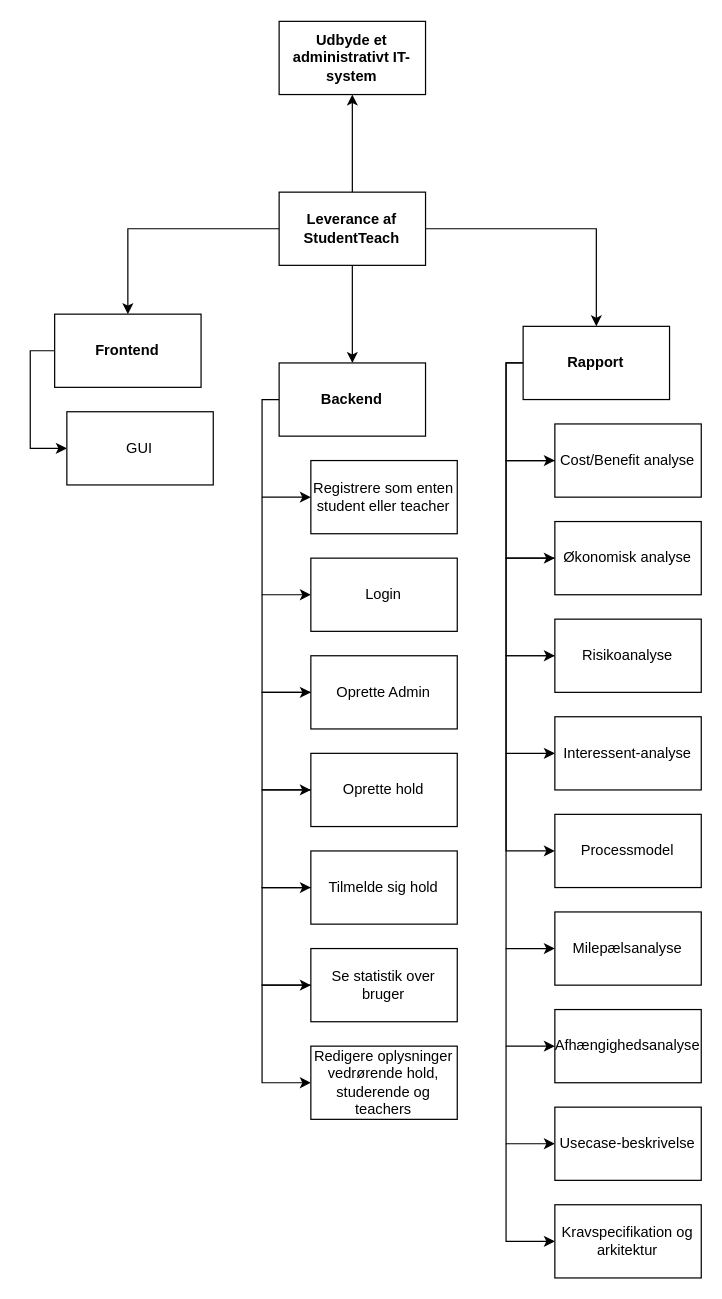
Above: PBS ITP Diagram.drawio in ChrisMJAndre/GruppeProjekt-2 (draw.io), before the change. Source tidied: cells renumbered, new cells numbered last; positions are measured from the earlier drawing's top-left corner, leaving out a move shared by most shapes. Both pictures are drawn from the tidied source at 122%, with x=0, y=0 at pixel (29, 21).
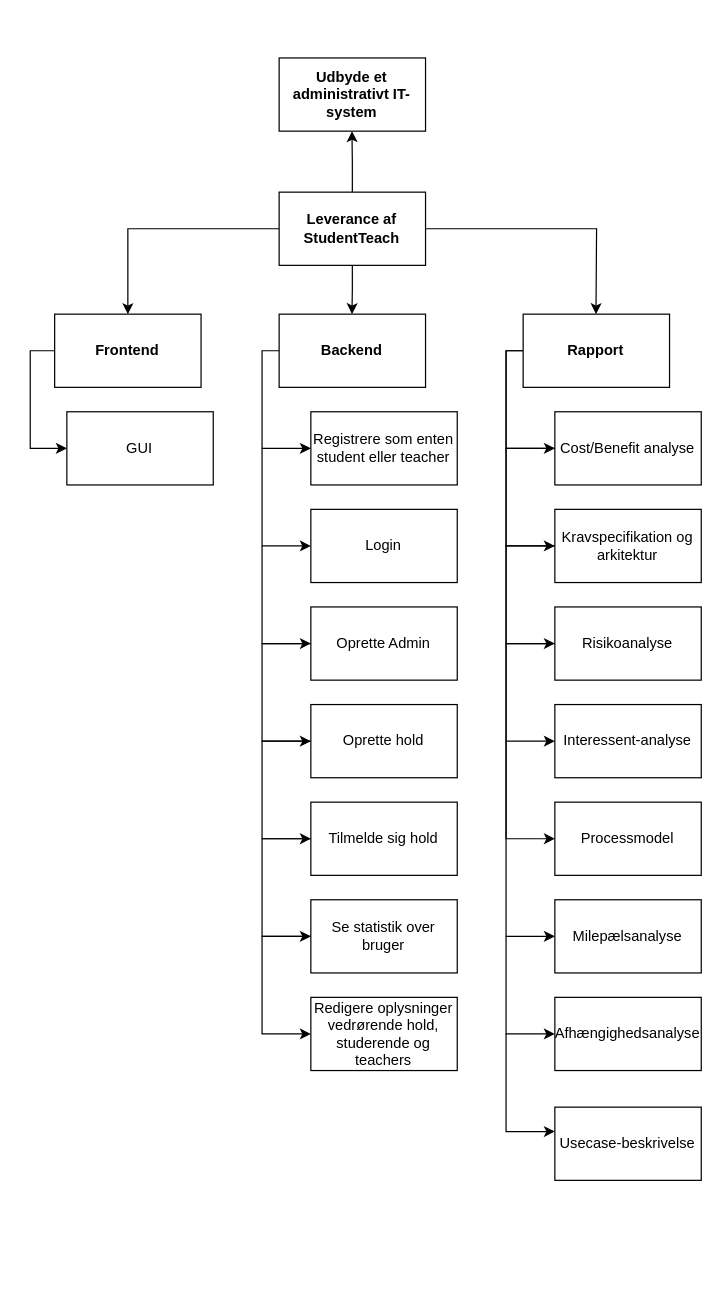
After the change.

The change refers to these unchanged cells:
```xml
<mxCell id="6" value="&lt;b&gt;Leverance af StudentTeach&lt;/b&gt;" style="rounded=0;whiteSpace=wrap;html=1;" parent="1" vertex="1">
  <mxGeometry x="204.3" y="140" width="120" height="60" as="geometry" />
</mxCell>
```

What changed in the source:
```diff
@@
-    <mxCell id="3" style="edgeStyle=orthogonalEdgeStyle;rounded=0;jettySize=auto;html=1;" parent="1" edge="1" source="6" target="21">
-      <mxGeometry relative="1" as="geometry" />
+    <mxCell id="3" style="edgeStyle=orthogonalEdgeStyle;rounded=0;jettySize=auto;html=1;" parent="1" edge="1" source="6">
+      <mxGeometry relative="1" as="geometry">
+        <mxPoint x="264" y="240" as="targetPoint" />
+      </mxGeometry>
     </mxCell>
-    <mxCell id="4" style="edgeStyle=orthogonalEdgeStyle;rounded=0;jettySize=auto;html=1;" parent="1" edge="1" source="6" target="10">
-      <mxGeometry relative="1" as="geometry" />
+    <mxCell id="4" style="edgeStyle=orthogonalEdgeStyle;rounded=0;jettySize=auto;html=1;" parent="1" edge="1" source="6">
+      <mxGeometry relative="1" as="geometry">
+        <mxPoint x="464" y="240" as="targetPoint" />
+      </mxGeometry>
     </mxCell>
-    <mxCell id="5" style="edgeStyle=orthogonalEdgeStyle;rounded=0;jettySize=auto;html=1;" parent="1" edge="1" source="6" target="7">
-      <mxGeometry relative="1" as="geometry" />
+    <mxCell id="5" style="edgeStyle=orthogonalEdgeStyle;rounded=0;jettySize=auto;html=1;" parent="1" edge="1" source="6">
+      <mxGeometry relative="1" as="geometry">
+        <mxPoint x="264" y="90" as="targetPoint" />
+      </mxGeometry>
     </mxCell>
@@
     <mxCell id="7" value="&lt;b&gt;Udbyde et administrativt IT-system&lt;/b&gt;" style="rounded=0;whiteSpace=wrap;html=1;" parent="1" vertex="1">
-      <mxGeometry x="204.3" width="120" height="60" as="geometry" />
+      <mxGeometry x="204.3" y="30" width="120" height="60" as="geometry" />
     </mxCell>
     <mxCell id="8" style="edgeStyle=orthogonalEdgeStyle;rounded=0;jettySize=auto;html=1;" parent="1" edge="1" source="10" target="12">
       <mxGeometry relative="1" as="geometry">
         <Array as="points">
-          <mxPoint x="390.3" y="280" />
-          <mxPoint x="390.3" y="360" />
+          <mxPoint x="390.3" y="270" />
+          <mxPoint x="390.3" y="350" />
         </Array>
       </mxGeometry>
     </mxCell>
     <mxCell id="9" style="edgeStyle=orthogonalEdgeStyle;rounded=0;jettySize=auto;html=1;entryX=0;entryY=0.5;entryDx=0;entryDy=0;" parent="1" edge="1" source="10" target="40">
       <mxGeometry relative="1" as="geometry">
         <Array as="points">
-          <mxPoint x="390.3" y="280" />
-          <mxPoint x="390.3" y="760" />
+          <mxPoint x="390.3" y="270" />
+          <mxPoint x="390.3" y="750" />
         </Array>
       </mxGeometry>
     </mxCell>
     <mxCell id="10" value="&lt;b&gt;Rapport&lt;/b&gt;" style="rounded=0;whiteSpace=wrap;html=1;" parent="1" vertex="1">
-      <mxGeometry x="404.3" y="250" width="120" height="60" as="geometry" />
+      <mxGeometry x="404.3" y="240" width="120" height="60" as="geometry" />
     </mxCell>
-    <mxCell id="11" style="edgeStyle=orthogonalEdgeStyle;rounded=0;jettySize=auto;html=1;" parent="1" edge="1" source="12" target="14">
+    <mxCell id="11" style="edgeStyle=orthogonalEdgeStyle;rounded=0;jettySize=auto;html=1;" parent="1" edge="1" source="12">
       <mxGeometry relative="1" as="geometry">
+        <mxPoint x="430.3" y="430" as="targetPoint" />
         <Array as="points">
-          <mxPoint x="390.3" y="360" />
-          <mxPoint x="390.3" y="440" />
+          <mxPoint x="390.3" y="350" />
+          <mxPoint x="390.3" y="430" />
         </Array>
       </mxGeometry>
     </mxCell>
     <mxCell id="12" value="Cost/Benefit analyse" style="rounded=0;whiteSpace=wrap;html=1;" parent="1" vertex="1">
-      <mxGeometry x="430.3" y="330" width="120" height="60" as="geometry" />
+      <mxGeometry x="430.3" y="320" width="120" height="60" as="geometry" />
     </mxCell>
-    <mxCell id="13" style="edgeStyle=orthogonalEdgeStyle;rounded=0;jettySize=auto;html=1;" parent="1" edge="1" source="14" target="16">
+    <mxCell id="13" style="edgeStyle=orthogonalEdgeStyle;rounded=0;jettySize=auto;html=1;" parent="1" edge="1" target="16">
       <mxGeometry relative="1" as="geometry">
+        <mxPoint x="430.3" y="430" as="sourcePoint" />
         <Array as="points">
-          <mxPoint x="390.3" y="440" />
-          <mxPoint x="390.3" y="520" />
+          <mxPoint x="390.3" y="430" />
+          <mxPoint x="390.3" y="510" />
         </Array>
       </mxGeometry>
     </mxCell>
-    <mxCell id="14" value="Økonomisk analyse" style="rounded=0;whiteSpace=wrap;html=1;" parent="1" vertex="1">
-      <mxGeometry x="430.3" y="410" width="120" height="60" as="geometry" />
-    </mxCell>
     <mxCell id="15" style="edgeStyle=orthogonalEdgeStyle;rounded=0;jettySize=auto;html=1;entryX=0;entryY=0.5;entryDx=0;entryDy=0;" parent="1" edge="1" source="16" target="18">
       <mxGeometry relative="1" as="geometry">
         <Array as="points">
-          <mxPoint x="390.3" y="520" />
-          <mxPoint x="390.3" y="600" />
+          <mxPoint x="390.3" y="510" />
+          <mxPoint x="390.3" y="590" />
         </Array>
       </mxGeometry>
     </mxCell>
     <mxCell id="16" value="Risikoanalyse" style="rounded=0;whiteSpace=wrap;html=1;" parent="1" vertex="1">
-      <mxGeometry x="430.3" y="490" width="120" height="60" as="geometry" />
+      <mxGeometry x="430.3" y="480" width="120" height="60" as="geometry" />
     </mxCell>
     <mxCell id="17" style="edgeStyle=orthogonalEdgeStyle;rounded=0;jettySize=auto;html=1;" parent="1" edge="1" target="19">
       <mxGeometry relative="1" as="geometry">
-        <mxPoint x="390.3" y="600" as="sourcePoint" />
+        <mxPoint x="390.3" y="590" as="sourcePoint" />
         <Array as="points">
-          <mxPoint x="390.3" y="680" />
+          <mxPoint x="390.3" y="670" />
         </Array>
       </mxGeometry>
     </mxCell>
     <mxCell id="18" value="Interessent-analyse" style="rounded=0;whiteSpace=wrap;html=1;" parent="1" vertex="1">
-      <mxGeometry x="430.3" y="570" width="120" height="60" as="geometry" />
+      <mxGeometry x="430.3" y="560" width="120" height="60" as="geometry" />
     </mxCell>
     <mxCell id="19" value="Processmodel" style="rounded=0;whiteSpace=wrap;html=1;" parent="1" vertex="1">
-      <mxGeometry x="430.3" y="650" width="120" height="60" as="geometry" />
+      <mxGeometry x="430.3" y="640" width="120" height="60" as="geometry" />
     </mxCell>
     <mxCell id="20" style="edgeStyle=orthogonalEdgeStyle;rounded=0;jettySize=auto;html=1;" parent="1" edge="1" source="21" target="23">
       <mxGeometry relative="1" as="geometry">
         <Array as="points">
-          <mxPoint x="190.3" y="310" />
-          <mxPoint x="190.3" y="390" />
+          <mxPoint x="190.3" y="270" />
+          <mxPoint x="190.3" y="350" />
         </Array>
       </mxGeometry>
     </mxCell>
     <mxCell id="21" value="&lt;b&gt;Backend&lt;/b&gt;" style="rounded=0;whiteSpace=wrap;html=1;" parent="1" vertex="1">
-      <mxGeometry x="204.3" y="280" width="120" height="60" as="geometry" />
+      <mxGeometry x="204.3" y="240" width="120" height="60" as="geometry" />
     </mxCell>
     <mxCell id="22" style="edgeStyle=orthogonalEdgeStyle;rounded=0;jettySize=auto;html=1;" parent="1" edge="1" target="25">
       <mxGeometry relative="1" as="geometry">
-        <mxPoint x="190.3" y="390" as="sourcePoint" />
+        <mxPoint x="190.3" y="350" as="sourcePoint" />
         <Array as="points">
-          <mxPoint x="190.3" y="470" />
+          <mxPoint x="190.3" y="430" />
         </Array>
       </mxGeometry>
     </mxCell>
     <mxCell id="23" value="Registrere som enten student eller teacher" style="rounded=0;whiteSpace=wrap;html=1;" parent="1" vertex="1">
-      <mxGeometry x="230.3" y="360" width="120" height="60" as="geometry" />
+      <mxGeometry x="230.3" y="320" width="120" height="60" as="geometry" />
     </mxCell>
     <mxCell id="24" style="edgeStyle=orthogonalEdgeStyle;rounded=0;jettySize=auto;html=1;" parent="1" edge="1" target="27">
       <mxGeometry relative="1" as="geometry">
-        <mxPoint x="190.3" y="470" as="sourcePoint" />
+        <mxPoint x="190.3" y="430" as="sourcePoint" />
         <Array as="points">
-          <mxPoint x="190.3" y="550" />
+          <mxPoint x="190.3" y="510" />
         </Array>
       </mxGeometry>
     </mxCell>
     <mxCell id="25" value="Login" style="rounded=0;whiteSpace=wrap;html=1;" parent="1" vertex="1">
-      <mxGeometry x="230.3" y="440" width="120" height="60" as="geometry" />
+      <mxGeometry x="230.3" y="400" width="120" height="60" as="geometry" />
     </mxCell>
     <mxCell id="26" style="edgeStyle=orthogonalEdgeStyle;rounded=0;jettySize=auto;html=1;" parent="1" edge="1" source="27" target="29">
       <mxGeometry relative="1" as="geometry">
         <Array as="points">
-          <mxPoint x="190.3" y="550" />
-          <mxPoint x="190.3" y="630" />
+          <mxPoint x="190.3" y="510" />
+          <mxPoint x="190.3" y="590" />
         </Array>
       </mxGeometry>
     </mxCell>
     <mxCell id="27" value="Oprette Admin" style="rounded=0;whiteSpace=wrap;html=1;" parent="1" vertex="1">
-      <mxGeometry x="230.3" y="520" width="120" height="60" as="geometry" />
+      <mxGeometry x="230.3" y="480" width="120" height="60" as="geometry" />
     </mxCell>
     <mxCell id="28" style="edgeStyle=orthogonalEdgeStyle;rounded=0;jettySize=auto;html=1;" parent="1" edge="1" source="29" target="30">
       <mxGeometry relative="1" as="geometry">
         <Array as="points">
-          <mxPoint x="190.3" y="630" />
-          <mxPoint x="190.3" y="710" />
+          <mxPoint x="190.3" y="590" />
+          <mxPoint x="190.3" y="670" />
         </Array>
       </mxGeometry>
     </mxCell>
     <mxCell id="29" value="Oprette hold" style="rounded=0;whiteSpace=wrap;html=1;" parent="1" vertex="1">
-      <mxGeometry x="230.3" y="600" width="120" height="60" as="geometry" />
+      <mxGeometry x="230.3" y="560" width="120" height="60" as="geometry" />
     </mxCell>
     <mxCell id="30" value="Tilmelde sig hold" style="rounded=0;whiteSpace=wrap;html=1;" parent="1" vertex="1">
-      <mxGeometry x="230.3" y="680" width="120" height="60" as="geometry" />
+      <mxGeometry x="230.3" y="640" width="120" height="60" as="geometry" />
     </mxCell>
@@
     <mxCell id="34" style="edgeStyle=orthogonalEdgeStyle;rounded=0;orthogonalLoop=1;jettySize=auto;html=1;" parent="1" edge="1">
       <mxGeometry relative="1" as="geometry">
-        <mxPoint x="230.3" y="710" as="sourcePoint" />
-        <mxPoint x="230.3" y="790" as="targetPoint" />
+        <mxPoint x="230.3" y="670" as="sourcePoint" />
+        <mxPoint x="230.3" y="750" as="targetPoint" />
         <Array as="points">
-          <mxPoint x="190.3" y="710" />
-          <mxPoint x="190.3" y="790" />
+          <mxPoint x="190.3" y="670" />
+          <mxPoint x="190.3" y="750" />
         </Array>
       </mxGeometry>
     </mxCell>
     <mxCell id="35" style="edgeStyle=orthogonalEdgeStyle;rounded=0;orthogonalLoop=1;jettySize=auto;html=1;" parent="1" edge="1">
       <mxGeometry relative="1" as="geometry">
-        <mxPoint x="230.3" y="790" as="sourcePoint" />
-        <mxPoint x="230.3" y="870" as="targetPoint" />
+        <mxPoint x="230.3" y="750" as="sourcePoint" />
+        <mxPoint x="230.3" y="830" as="targetPoint" />
         <Array as="points">
-          <mxPoint x="190.3" y="790" />
-          <mxPoint x="190.3" y="870" />
+          <mxPoint x="190.3" y="750" />
+          <mxPoint x="190.3" y="830" />
         </Array>
       </mxGeometry>
     </mxCell>
     <mxCell id="36" value="Redigere oplysninger vedrørende hold, studerende og teachers" style="rounded=0;whiteSpace=wrap;html=1;" parent="1" vertex="1">
-      <mxGeometry x="230.3" y="840" width="120" height="60" as="geometry" />
+      <mxGeometry x="230.3" y="800" width="120" height="60" as="geometry" />
     </mxCell>
     <mxCell id="37" value="Se statistik over bruger" style="rounded=0;whiteSpace=wrap;html=1;" parent="1" vertex="1">
-      <mxGeometry x="230.3" y="760" width="120" height="60" as="geometry" />
+      <mxGeometry x="230.3" y="720" width="120" height="60" as="geometry" />
     </mxCell>
     <mxCell id="38" value="Afhængighedsanalyse" style="rounded=0;whiteSpace=wrap;html=1;" parent="1" vertex="1">
-      <mxGeometry x="430.3" y="810" width="120" height="60" as="geometry" />
+      <mxGeometry x="430.3" y="800" width="120" height="60" as="geometry" />
     </mxCell>
     <mxCell id="39" style="edgeStyle=orthogonalEdgeStyle;rounded=0;jettySize=auto;html=1;entryX=0;entryY=0.5;entryDx=0;entryDy=0;" parent="1" edge="1" target="38">
       <mxGeometry relative="1" as="geometry">
-        <mxPoint x="390.3" y="760" as="sourcePoint" />
+        <mxPoint x="390.3" y="750" as="sourcePoint" />
         <Array as="points">
-          <mxPoint x="390.3" y="760" />
-          <mxPoint x="390.3" y="840" />
+          <mxPoint x="390.3" y="750" />
+          <mxPoint x="390.3" y="830" />
         </Array>
       </mxGeometry>
     </mxCell>
     <mxCell id="40" value="Milepælsanalyse" style="rounded=0;whiteSpace=wrap;html=1;" parent="1" vertex="1">
-      <mxGeometry x="430.3" y="730" width="120" height="60" as="geometry" />
+      <mxGeometry x="430.3" y="720" width="120" height="60" as="geometry" />
     </mxCell>
     <mxCell id="41" style="edgeStyle=orthogonalEdgeStyle;rounded=0;orthogonalLoop=1;jettySize=auto;html=1;entryX=0;entryY=0.5;entryDx=0;entryDy=0;" parent="1" edge="1">
       <mxGeometry relative="1" as="geometry">
-        <mxPoint x="390.3" y="840" as="sourcePoint" />
-        <mxPoint x="430.3" y="920" as="targetPoint" />
+        <mxPoint x="390.3" y="830" as="sourcePoint" />
+        <mxPoint x="430.3" y="910" as="targetPoint" />
         <Array as="points">
-          <mxPoint x="390.3" y="840" />
-          <mxPoint x="390.3" y="920" />
+          <mxPoint x="390.3" y="830" />
+          <mxPoint x="390.3" y="910" />
         </Array>
       </mxGeometry>
     </mxCell>
@@
     <mxCell id="43" value="Kravspecifikation og arkitektur" style="rounded=0;whiteSpace=wrap;html=1;" parent="1" vertex="1">
-      <mxGeometry x="430.3" y="970" width="120" height="60" as="geometry" />
+      <mxGeometry x="430.3" y="400" width="120" height="60" as="geometry" />
     </mxCell>
-    <mxCell id="44" style="edgeStyle=orthogonalEdgeStyle;rounded=0;orthogonalLoop=1;jettySize=auto;html=1;entryX=0;entryY=0.5;entryDx=0;entryDy=0;" parent="1" edge="1">
-      <mxGeometry relative="1" as="geometry">
-        <mxPoint x="390.3" y="920" as="sourcePoint" />
-        <mxPoint x="430.3" y="1000" as="targetPoint" />
-        <Array as="points">
-          <mxPoint x="390.3" y="920" />
-          <mxPoint x="390.3" y="1000" />
-        </Array>
-      </mxGeometry>
-    </mxCell>
```
